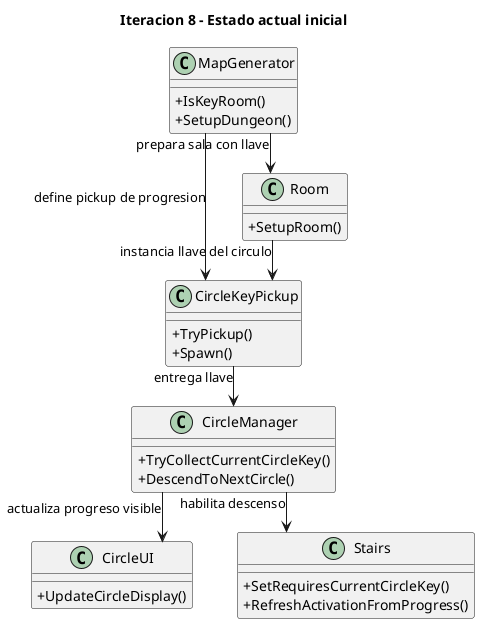
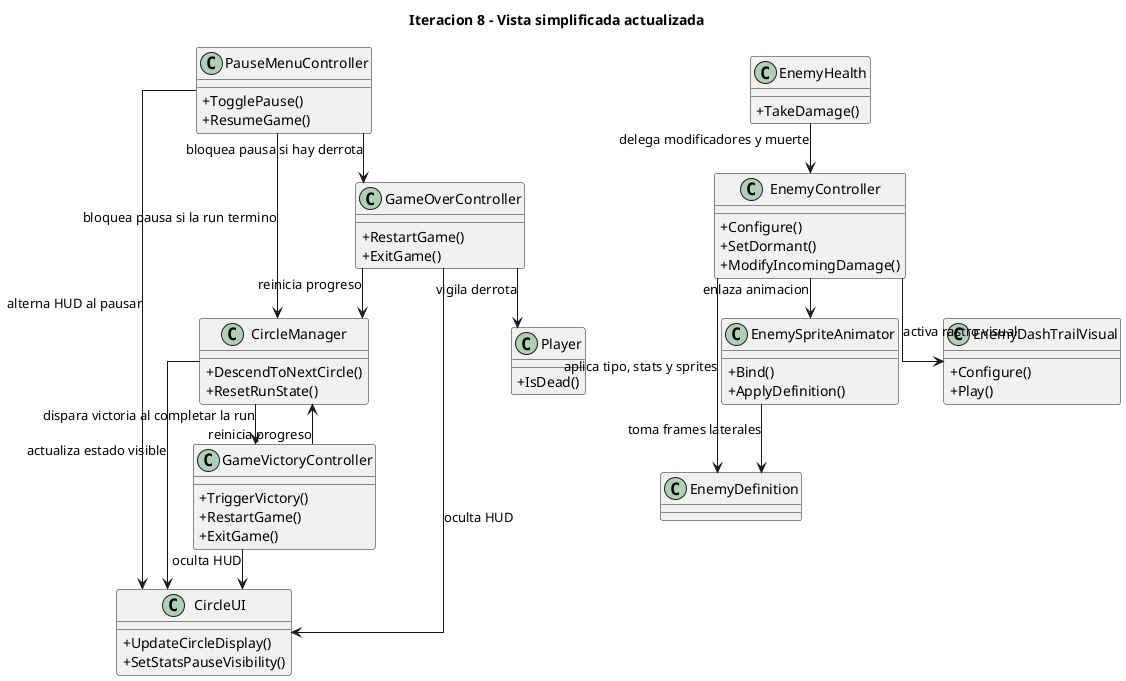
@startuml
skinparam backgroundColor white
skinparam shadowing false
skinparam classAttributeIconSize 0
skinparam packageStyle rectangle
skinparam linetype ortho
skinparam nodesep 45
skinparam ranksep 40

- title Iteracion 8 - Estado actual inicial
- 
- class CircleManager {
-   +TryCollectCurrentCircleKey()
-   +DescendToNextCircle()
- }
- 
- class CircleKeyPickup {
-   +TryPickup()
-   +Spawn()
- }
+ title Iteracion 8 - Vista simplificada actualizada

class CircleUI {
  +UpdateCircleDisplay()
+   +SetStatsPauseVisibility()
}

- class MapGenerator {
-   +IsKeyRoom()
-   +SetupDungeon()
+ class CircleManager {
+   +DescendToNextCircle()
+   +ResetRunState()
}

- class Room {
-   +SetupRoom()
+ class GameVictoryController {
+   +TriggerVictory()
+   +RestartGame()
+   +ExitGame()
}

- class Stairs {
-   +SetRequiresCurrentCircleKey()
-   +RefreshActivationFromProgress()
+ class GameOverController {
+   +RestartGame()
+   +ExitGame()
}

- MapGenerator --> Room : prepara sala con llave
- MapGenerator --> CircleKeyPickup : define pickup de progresion
+ class PauseMenuController {
+   +TogglePause()
+   +ResumeGame()
+ }

- Room --> CircleKeyPickup : instancia llave del circulo
- CircleKeyPickup --> CircleManager : entrega llave
- CircleManager --> Stairs : habilita descenso
- CircleManager --> CircleUI : actualiza progreso visible
+ class Player {
+   +IsDead()
+ }
+ 
+ class EnemyController {
+   +Configure()
+   +SetDormant()
+   +ModifyIncomingDamage()
+ }
+ 
+ class EnemyHealth {
+   +TakeDamage()
+ }
+ 
+ class EnemyDefinition
+ 
+ class EnemySpriteAnimator {
+   +Bind()
+   +ApplyDefinition()
+ }
+ 
+ class EnemyDashTrailVisual {
+   +Configure()
+   +Play()
+ }
+ 
+ CircleManager --> GameVictoryController : dispara victoria al completar la run
+ CircleManager --> CircleUI : actualiza estado visible
+ 
+ GameVictoryController --> CircleManager : reinicia progreso
+ GameOverController --> CircleManager : reinicia progreso
+ 
+ GameVictoryController --> CircleUI : oculta HUD
+ GameOverController --> CircleUI : oculta HUD
+ PauseMenuController --> CircleUI : alterna HUD al pausar
+ 
+ GameOverController --> Player : vigila derrota
+ PauseMenuController --> GameOverController : bloquea pausa si hay derrota
+ PauseMenuController --> CircleManager : bloquea pausa si la run termino
+ 
+ EnemyController --> EnemyDefinition : aplica tipo, stats y sprites
+ EnemyController --> EnemySpriteAnimator : enlaza animacion
+ EnemyController --> EnemyDashTrailVisual : activa rastro visual
+ EnemyHealth --> EnemyController : delega modificadores y muerte
+ EnemySpriteAnimator --> EnemyDefinition : toma frames laterales

@enduml
